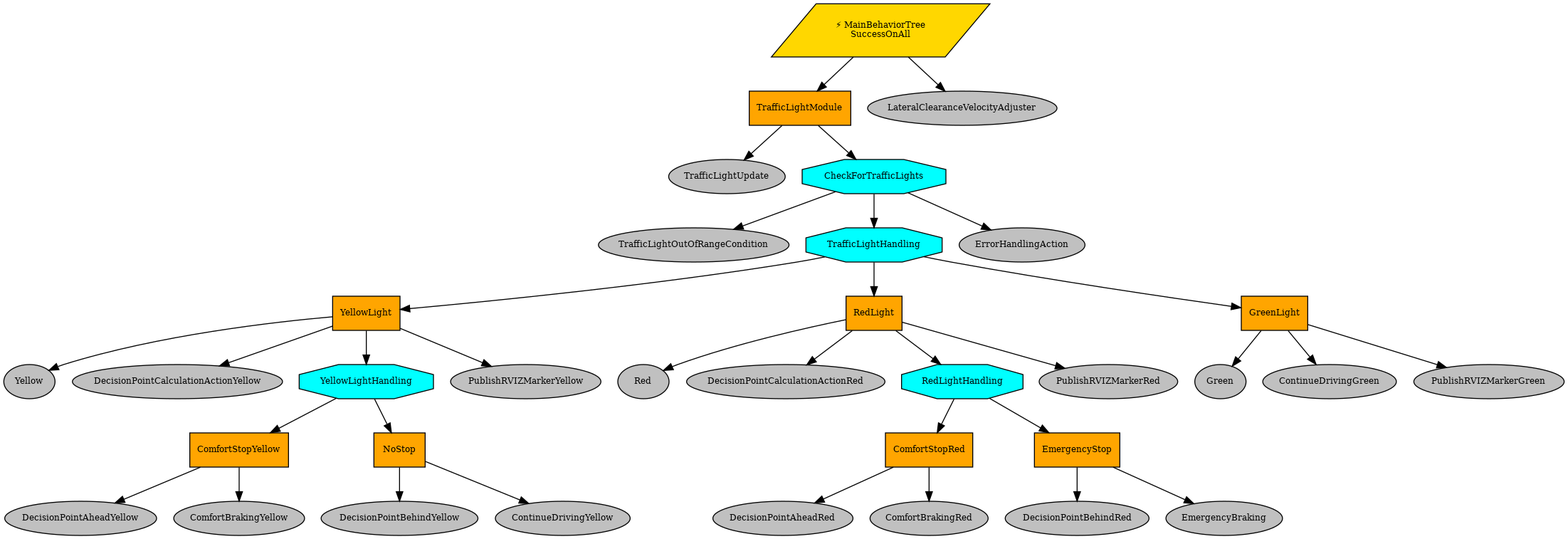
The Graphviz diagram src/cr2autoware/cr2autoware/interfaces/implementation/behavior_tree/behavior_tree.png in CommonRoad/commonroad-autoware-interface, before a commit. Its source is kept beside it as src/cr2autoware/cr2autoware/interfaces/implementation/behavior_tree/behavior_tree.dot.
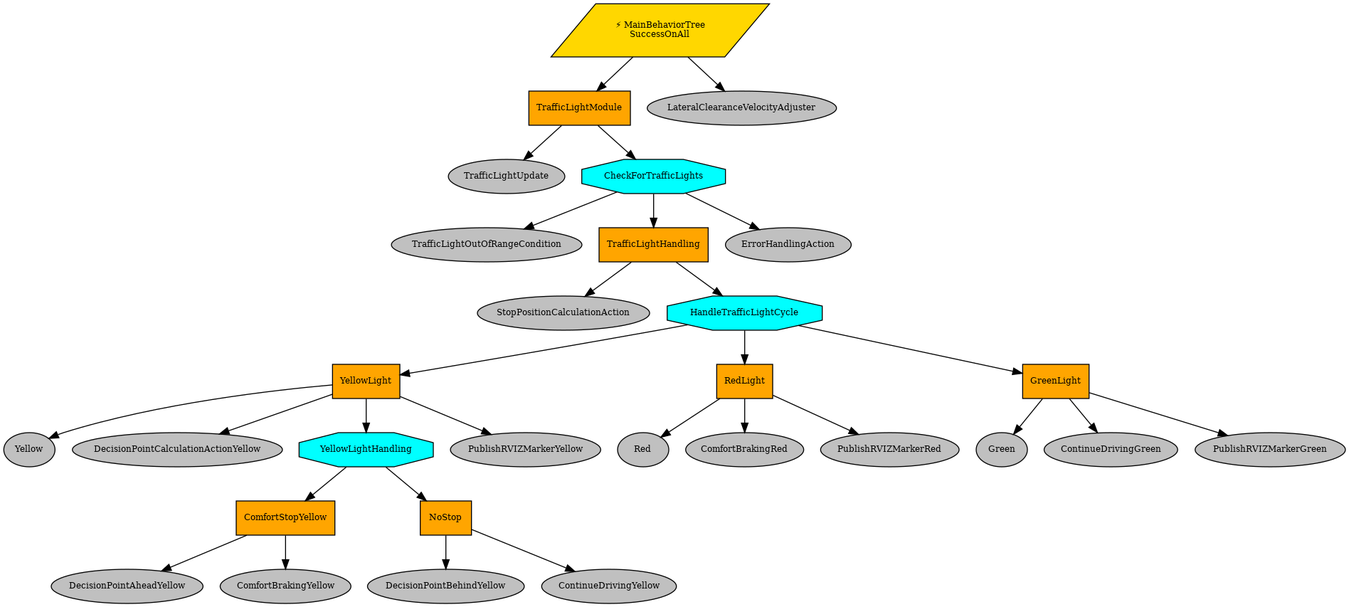
After the commit.

Commit message:
refactor red light tree and rviz marker

The edit, as a diff of the source:
```diff
@@ -12,10 +12,14 @@
 TrafficLightModule -> CheckForTrafficLights;
 TrafficLightOutOfRangeCondition [label=TrafficLightOutOfRangeCondition, shape=ellipse, style=filled, fillcolor=gray, fontsize=9, fontcolor=black];
 CheckForTrafficLights -> TrafficLightOutOfRangeCondition;
-TrafficLightHandling [label=TrafficLightHandling, shape=octagon, style=filled, fillcolor=cyan, fontsize=9, fontcolor=black];
+TrafficLightHandling [label=TrafficLightHandling, shape=box, style=filled, fillcolor=orange, fontsize=9, fontcolor=black];
 CheckForTrafficLights -> TrafficLightHandling;
+StopPositionCalculationAction [label=StopPositionCalculationAction, shape=ellipse, style=filled, fillcolor=gray, fontsize=9, fontcolor=black];
+TrafficLightHandling -> StopPositionCalculationAction;
+HandleTrafficLightCycle [label=HandleTrafficLightCycle, shape=octagon, style=filled, fillcolor=cyan, fontsize=9, fontcolor=black];
+TrafficLightHandling -> HandleTrafficLightCycle;
 YellowLight [label=YellowLight, shape=box, style=filled, fillcolor=orange, fontsize=9, fontcolor=black];
-TrafficLightHandling -> YellowLight;
+HandleTrafficLightCycle -> YellowLight;
 Yellow [label=Yellow, shape=ellipse, style=filled, fillcolor=gray, fontsize=9, fontcolor=black];
 YellowLight -> Yellow;
 DecisionPointCalculationActionYellow [label=DecisionPointCalculationActionYellow, shape=ellipse, style=filled, fillcolor=gray, fontsize=9, fontcolor=black];
@@ -37,29 +41,15 @@
 PublishRVIZMarkerYellow [label=PublishRVIZMarkerYellow, shape=ellipse, style=filled, fillcolor=gray, fontsize=9, fontcolor=black];
 YellowLight -> PublishRVIZMarkerYellow;
 RedLight [label=RedLight, shape=box, style=filled, fillcolor=orange, fontsize=9, fontcolor=black];
-TrafficLightHandling -> RedLight;
+HandleTrafficLightCycle -> RedLight;
 Red [label=Red, shape=ellipse, style=filled, fillcolor=gray, fontsize=9, fontcolor=black];
 RedLight -> Red;
-DecisionPointCalculationActionRed [label=DecisionPointCalculationActionRed, shape=ellipse, style=filled, fillcolor=gray, fontsize=9, fontcolor=black];
-RedLight -> DecisionPointCalculationActionRed;
-RedLightHandling [label=RedLightHandling, shape=octagon, style=filled, fillcolor=cyan, fontsize=9, fontcolor=black];
-RedLight -> RedLightHandling;
-ComfortStopRed [label=ComfortStopRed, shape=box, style=filled, fillcolor=orange, fontsize=9, fontcolor=black];
-RedLightHandling -> ComfortStopRed;
-DecisionPointAheadRed [label=DecisionPointAheadRed, shape=ellipse, style=filled, fillcolor=gray, fontsize=9, fontcolor=black];
-ComfortStopRed -> DecisionPointAheadRed;
 ComfortBrakingRed [label=ComfortBrakingRed, shape=ellipse, style=filled, fillcolor=gray, fontsize=9, fontcolor=black];
-ComfortStopRed -> ComfortBrakingRed;
-EmergencyStop [label=EmergencyStop, shape=box, style=filled, fillcolor=orange, fontsize=9, fontcolor=black];
-RedLightHandling -> EmergencyStop;
-DecisionPointBehindRed [label=DecisionPointBehindRed, shape=ellipse, style=filled, fillcolor=gray, fontsize=9, fontcolor=black];
-EmergencyStop -> DecisionPointBehindRed;
-EmergencyBraking [label=EmergencyBraking, shape=ellipse, style=filled, fillcolor=gray, fontsize=9, fontcolor=black];
-EmergencyStop -> EmergencyBraking;
+RedLight -> ComfortBrakingRed;
 PublishRVIZMarkerRed [label=PublishRVIZMarkerRed, shape=ellipse, style=filled, fillcolor=gray, fontsize=9, fontcolor=black];
 RedLight -> PublishRVIZMarkerRed;
 GreenLight [label=GreenLight, shape=box, style=filled, fillcolor=orange, fontsize=9, fontcolor=black];
-TrafficLightHandling -> GreenLight;
+HandleTrafficLightCycle -> GreenLight;
 Green [label=Green, shape=ellipse, style=filled, fillcolor=gray, fontsize=9, fontcolor=black];
 GreenLight -> Green;
 ContinueDrivingGreen [label=ContinueDrivingGreen, shape=ellipse, style=filled, fillcolor=gray, fontsize=9, fontcolor=black];
```
